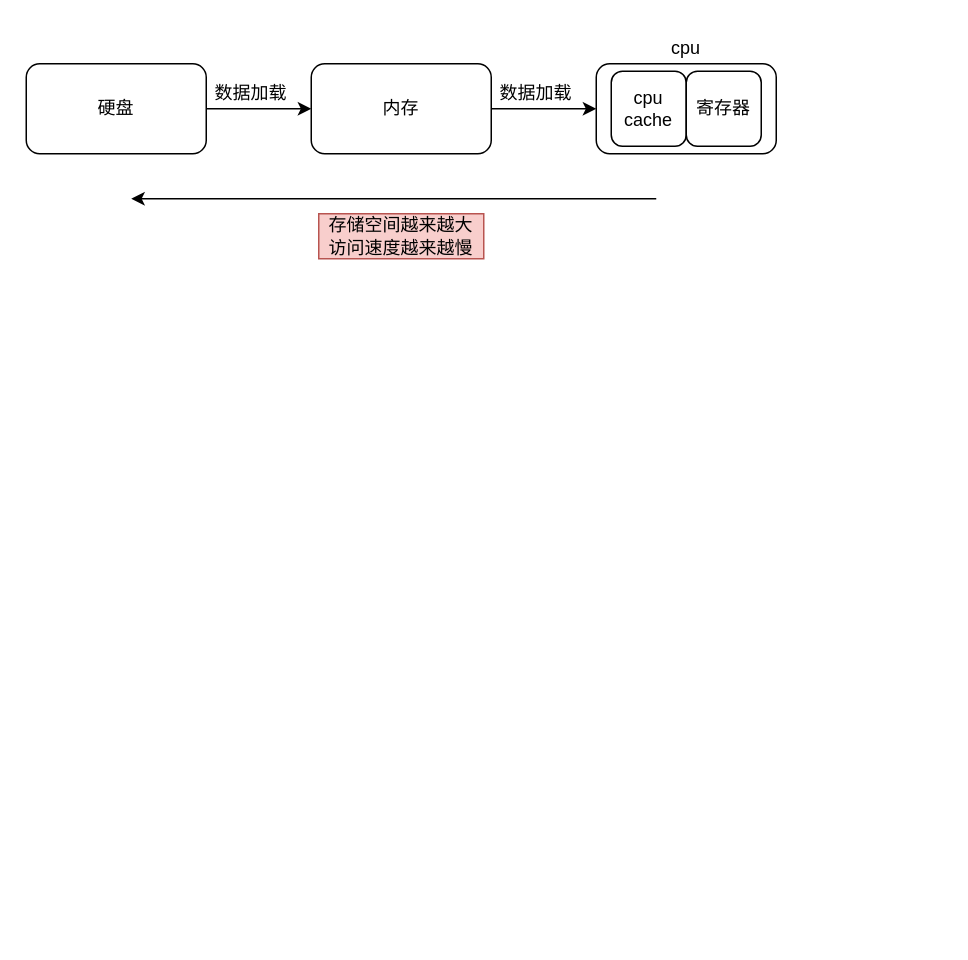
1155200424/diagrams keeps this draw.io diagram as 操作系统.drawio. Above is the earlier version. Source tidied: cells renumbered, new cells numbered last; positions are measured from the earlier drawing's top-left corner, leaving out a move shared by most shapes. Both pictures are drawn from the tidied source at 150%, with x=0, y=0 at pixel (26, 26).
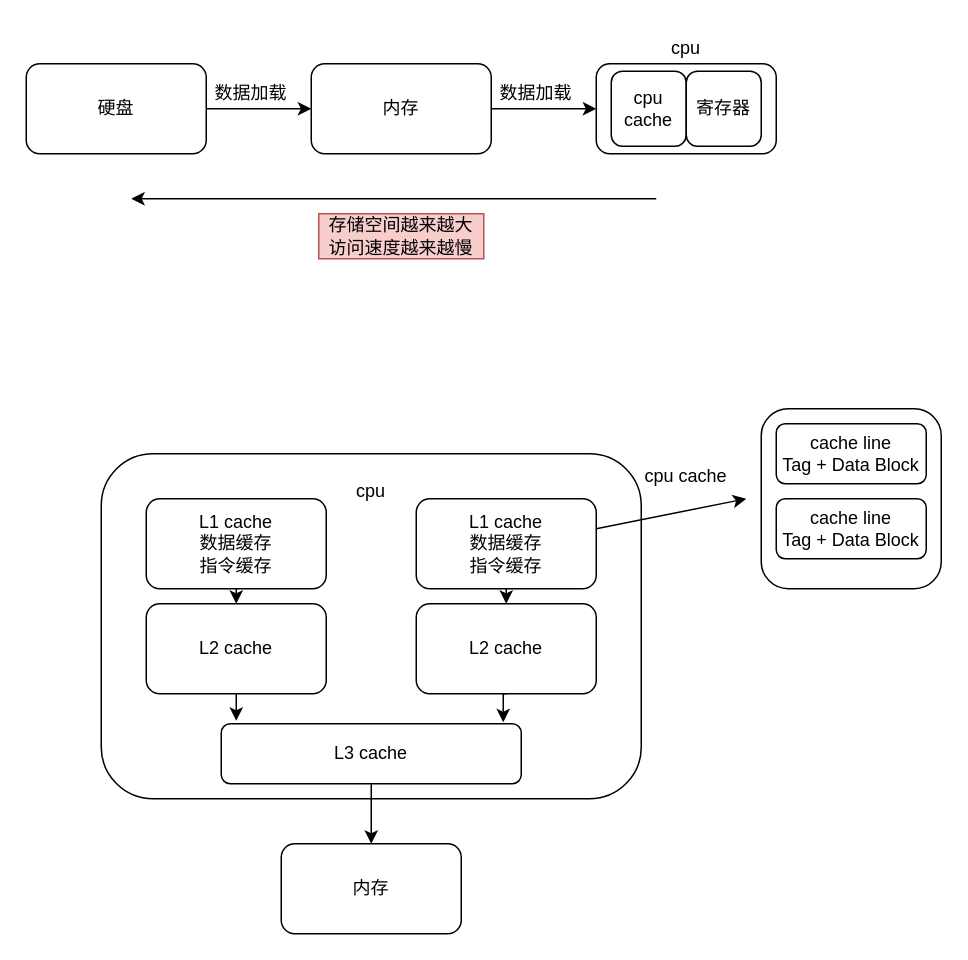
Above is the later version.

Commit message (it also covers changes not shown here):
更新操作系统.drawio

Change to the diagram source:
```diff
@@
+    <mxCell id="14" style="rounded=1;whiteSpace=wrap;html=1;" parent="1" vertex="1">
+      <mxGeometry x="50" y="285" width="360" height="230" as="geometry" />
+    </mxCell>
+    <mxCell id="15" style="edgeStyle=orthogonalEdgeStyle;rounded=0;jettySize=auto;html=1;exitX=0.5;exitY=1;exitDx=0;exitDy=0;entryX=0.5;entryY=0;entryDx=0;entryDy=0;" parent="1" edge="1" source="16" target="19">
+      <mxGeometry relative="1" as="geometry" />
+    </mxCell>
+    <mxCell id="16" value="L1 cache&lt;br&gt;数据缓存&lt;br&gt;指令缓存" style="rounded=1;whiteSpace=wrap;html=1;" parent="1" vertex="1">
+      <mxGeometry x="80" y="315" width="120" height="60" as="geometry" />
+    </mxCell>
+    <mxCell id="17" style="edgeStyle=orthogonalEdgeStyle;rounded=0;jettySize=auto;html=1;exitX=0.5;exitY=1;exitDx=0;exitDy=0;entryX=0.5;entryY=0;entryDx=0;entryDy=0;" parent="1" edge="1" source="18" target="20">
+      <mxGeometry relative="1" as="geometry" />
+    </mxCell>
+    <mxCell id="18" value="L1 cache&lt;br&gt;数据缓存&lt;br&gt;指令缓存" style="rounded=1;whiteSpace=wrap;html=1;" parent="1" vertex="1">
+      <mxGeometry x="260" y="315" width="120" height="60" as="geometry" />
+    </mxCell>
+    <mxCell id="19" value="L2 cache" style="rounded=1;whiteSpace=wrap;html=1;" parent="1" vertex="1">
+      <mxGeometry x="80" y="385" width="120" height="60" as="geometry" />
+    </mxCell>
+    <mxCell id="20" value="L2 cache" style="rounded=1;whiteSpace=wrap;html=1;" parent="1" vertex="1">
+      <mxGeometry x="260" y="385" width="120" height="60" as="geometry" />
+    </mxCell>
+    <mxCell id="21" style="edgeStyle=orthogonalEdgeStyle;rounded=0;jettySize=auto;html=1;exitX=0.5;exitY=1;exitDx=0;exitDy=0;" parent="1" edge="1" source="22">
+      <mxGeometry relative="1" as="geometry">
+        <mxPoint x="230" y="545" as="targetPoint" />
+      </mxGeometry>
+    </mxCell>
+    <mxCell id="22" value="L3 cache" style="rounded=1;whiteSpace=wrap;html=1;" parent="1" vertex="1">
+      <mxGeometry x="130" y="465" width="200" height="40" as="geometry" />
+    </mxCell>
+    <mxCell id="23" style="edgeStyle=orthogonalEdgeStyle;rounded=0;jettySize=auto;html=1;exitX=0.5;exitY=1;exitDx=0;exitDy=0;entryX=0.05;entryY=-0.05;entryDx=0;entryDy=0;entryPerimeter=0;" parent="1" edge="1" source="19" target="22">
+      <mxGeometry relative="1" as="geometry" />
+    </mxCell>
+    <mxCell id="24" style="edgeStyle=orthogonalEdgeStyle;rounded=0;jettySize=auto;html=1;exitX=0.5;exitY=1;exitDx=0;exitDy=0;entryX=0.94;entryY=-0.025;entryDx=0;entryDy=0;entryPerimeter=0;" parent="1" edge="1" source="20" target="22">
+      <mxGeometry relative="1" as="geometry" />
+    </mxCell>
+    <mxCell id="25" value="内存" style="rounded=1;whiteSpace=wrap;html=1;" parent="1" vertex="1">
+      <mxGeometry x="170" y="545" width="120" height="60" as="geometry" />
+    </mxCell>
+    <mxCell id="26" value="cpu" style="text;html=1;align=center;verticalAlign=middle;whiteSpace=wrap;rounded=0;" parent="1" vertex="1">
+      <mxGeometry x="200" y="295" width="60" height="30" as="geometry" />
+    </mxCell>
+    <mxCell id="27" style="rounded=1;whiteSpace=wrap;html=1;" parent="1" vertex="1">
+      <mxGeometry x="490" y="255" width="120" height="120" as="geometry" />
+    </mxCell>
+    <mxCell id="28" value="cache line&lt;br&gt;Tag + Data Block" style="rounded=1;whiteSpace=wrap;html=1;" parent="1" vertex="1">
+      <mxGeometry x="500" y="265" width="100" height="40" as="geometry" />
+    </mxCell>
+    <mxCell id="29" value="cache line&lt;br&gt;Tag + Data Block" style="rounded=1;whiteSpace=wrap;html=1;" parent="1" vertex="1">
+      <mxGeometry x="500" y="315" width="100" height="40" as="geometry" />
+    </mxCell>
+    <mxCell id="30" style="endArrow=classic;html=1;rounded=0;" parent="1" edge="1">
+      <mxGeometry relative="1" as="geometry">
+        <mxPoint x="380" y="335" as="sourcePoint" />
+        <mxPoint x="480" y="315" as="targetPoint" />
+      </mxGeometry>
+    </mxCell>
+    <mxCell id="31" value="cpu cache" style="text;html=1;align=center;verticalAlign=middle;whiteSpace=wrap;rounded=0;" parent="1" vertex="1">
+      <mxGeometry x="410" y="285" width="60" height="30" as="geometry" />
+    </mxCell>
```
